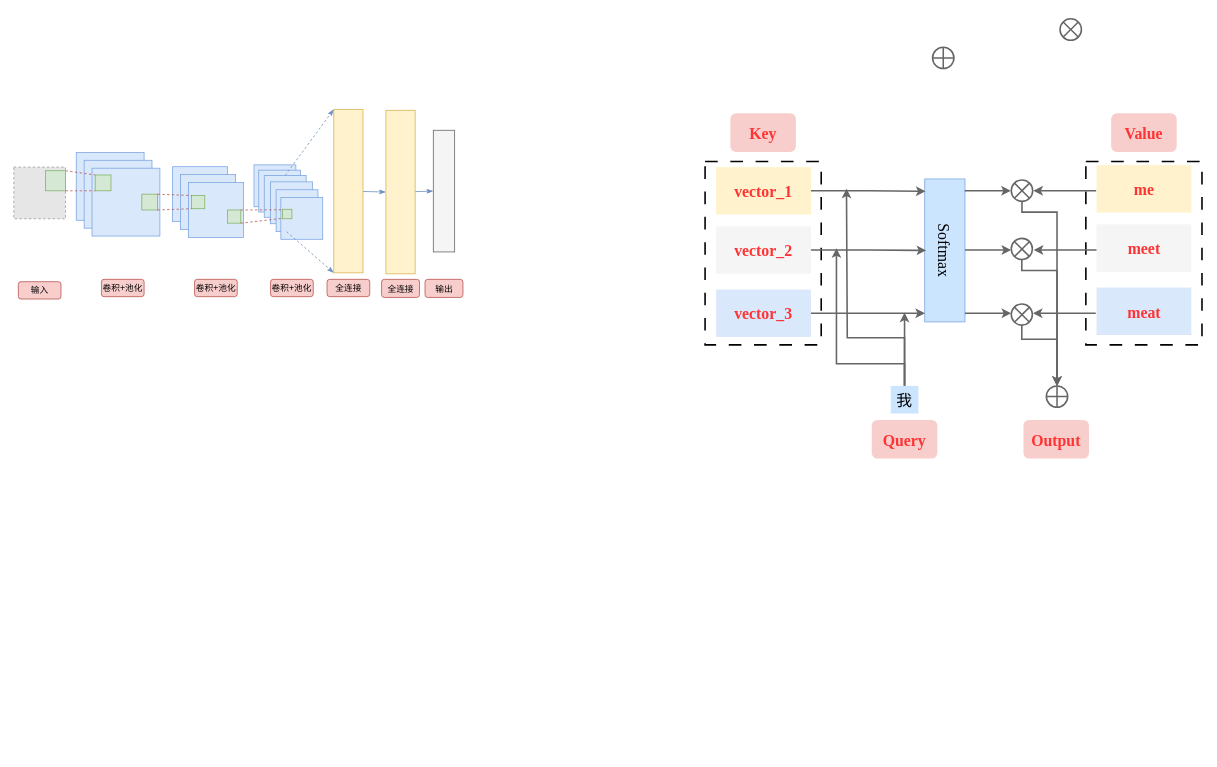
The draw.io diagram Slowfast.drawio in wuulaa/my-first-game, before the edit. Source tidied: cells renumbered, new cells numbered last; positions are measured from the earlier drawing's top-left corner, leaving out a move shared by most shapes. Both pictures are drawn from the tidied source at 79%, with x=0, y=0 at pixel (13, 13). Pictures stored in the file or linked from it are replaced by grey dashed boxes.
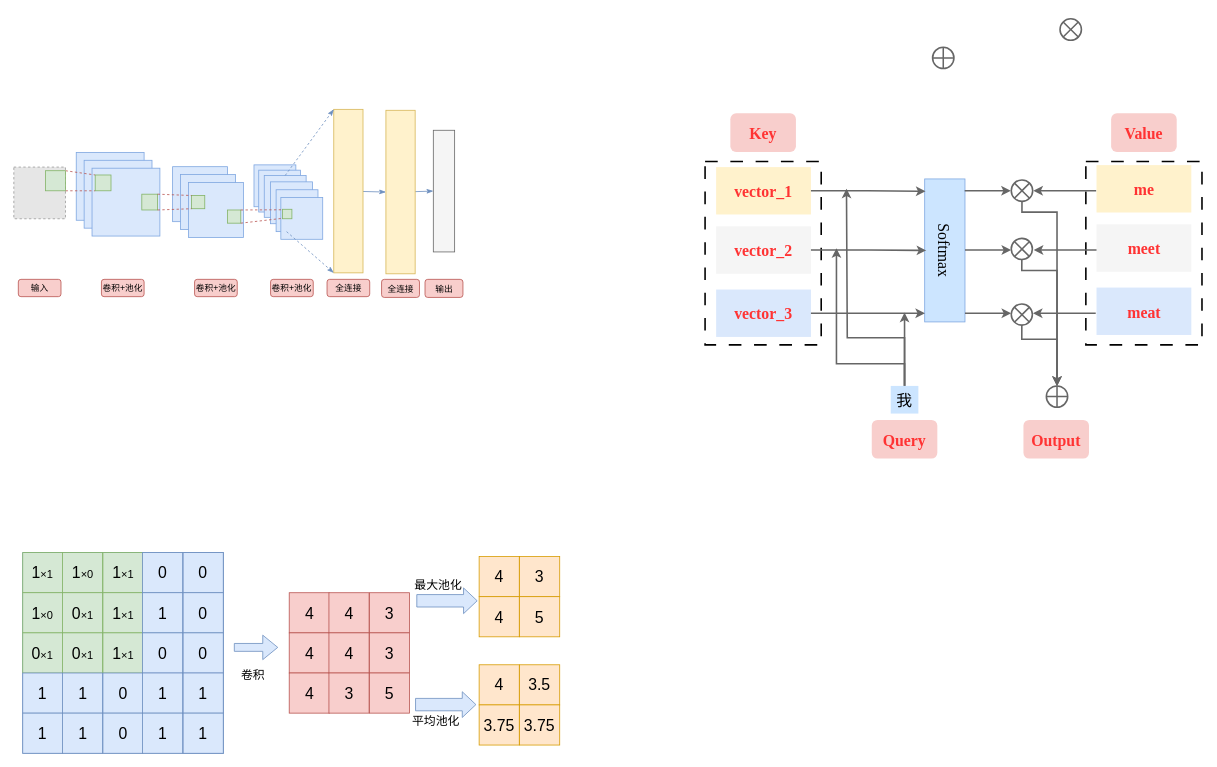
Above is the later version.

What changed in the source:
```diff
@@
     <mxCell id="91" value="&lt;span&gt;输入&lt;/span&gt;" style="rounded=1;whiteSpace=wrap;html=1;fontFamily=Helvetica;fontSize=11;labelBackgroundColor=none;fillColor=#f8cecc;strokeColor=#b85450;" parent="1" vertex="1">
-      <mxGeometry x="5.7" y="339.1" width="54" height="21.9" as="geometry" />
+      <mxGeometry x="5.7" y="336.1" width="54" height="21.9" as="geometry" />
     </mxCell>
+    <mxCell id="92" style="group;fillColor=#dae8fc;strokeColor=#6c8ebf;fontSize=20;" parent="1" vertex="1">
+      <mxGeometry x="11.3" y="682" width="254" height="254" as="geometry" />
+    </mxCell>
+    <mxCell id="93" style="group;fillColor=#dae8fc;strokeColor=#6c8ebf;align=center;verticalAlign=middle;fontFamily=Helvetica;fontSize=20;fontColor=default;labelBackgroundColor=none;" parent="1" vertex="1">
+      <mxGeometry x="214.3" y="682" width="50.8" height="254" as="geometry" />
+    </mxCell>
+    <mxCell id="94" value="&lt;font&gt;1&lt;font style=&quot;font-size: 14px;&quot;&gt;×1&lt;/font&gt;&lt;/font&gt;" style="whiteSpace=wrap;html=1;fontFamily=Helvetica;fontSize=20;labelBackgroundColor=none;fillColor=#d5e8d4;strokeColor=#82b366;align=center;verticalAlign=middle;fontColor=default;" parent="1" vertex="1">
+      <mxGeometry x="11.3" y="682" width="50.8" height="50.8" as="geometry" />
+    </mxCell>
+    <mxCell id="95" value="1&lt;font style=&quot;font-size: 14px;&quot;&gt;×0&lt;/font&gt;" style="whiteSpace=wrap;html=1;fontFamily=Helvetica;fontSize=20;labelBackgroundColor=none;fillColor=#d5e8d4;strokeColor=#82b366;align=center;verticalAlign=middle;fontColor=default;" parent="1" vertex="1">
+      <mxGeometry x="11.3" y="732.8" width="50.8" height="50.8" as="geometry" />
+    </mxCell>
+    <mxCell id="96" value="0&lt;font style=&quot;font-size: 14px;&quot;&gt;×1&lt;/font&gt;" style="whiteSpace=wrap;html=1;fontFamily=Helvetica;fontSize=20;labelBackgroundColor=none;fillColor=#d5e8d4;strokeColor=#82b366;align=center;verticalAlign=middle;fontColor=default;" parent="1" vertex="1">
+      <mxGeometry x="11.3" y="783.6" width="50.8" height="50.8" as="geometry" />
+    </mxCell>
+    <mxCell id="97" value="1" style="whiteSpace=wrap;html=1;fontFamily=Helvetica;fontSize=20;labelBackgroundColor=none;fillColor=#dae8fc;strokeColor=#6c8ebf;align=center;verticalAlign=middle;fontColor=default;" parent="1" vertex="1">
+      <mxGeometry x="11.3" y="834.4" width="50.8" height="50.8" as="geometry" />
+    </mxCell>
+    <mxCell id="98" value="1" style="whiteSpace=wrap;html=1;fontFamily=Helvetica;fontSize=20;labelBackgroundColor=none;fillColor=#dae8fc;strokeColor=#6c8ebf;align=center;verticalAlign=middle;fontColor=default;" parent="1" vertex="1">
+      <mxGeometry x="11.3" y="885.2" width="50.8" height="50.8" as="geometry" />
+    </mxCell>
+    <mxCell id="99" value="1&lt;font style=&quot;font-size: 14px;&quot;&gt;×0&lt;/font&gt;" style="whiteSpace=wrap;html=1;fontFamily=Helvetica;fontSize=20;labelBackgroundColor=none;fillColor=#d5e8d4;strokeColor=#82b366;align=center;verticalAlign=middle;fontColor=default;" parent="1" vertex="1">
+      <mxGeometry x="61.6" y="682" width="50.8" height="50.8" as="geometry" />
+    </mxCell>
+    <mxCell id="100" value="0&lt;font style=&quot;font-size: 14px;&quot;&gt;×1&lt;/font&gt;" style="whiteSpace=wrap;html=1;fontFamily=Helvetica;fontSize=20;labelBackgroundColor=none;fillColor=#d5e8d4;strokeColor=#82b366;align=center;verticalAlign=middle;fontColor=default;" parent="1" vertex="1">
+      <mxGeometry x="61.6" y="732.8" width="50.8" height="50.8" as="geometry" />
+    </mxCell>
+    <mxCell id="101" value="0&lt;font style=&quot;font-size: 14px;&quot;&gt;×1&lt;/font&gt;" style="whiteSpace=wrap;html=1;fontFamily=Helvetica;fontSize=20;labelBackgroundColor=none;fillColor=#d5e8d4;strokeColor=#82b366;align=center;verticalAlign=middle;fontColor=default;" parent="1" vertex="1">
+      <mxGeometry x="61.6" y="783.6" width="50.8" height="50.8" as="geometry" />
+    </mxCell>
+    <mxCell id="102" value="1" style="whiteSpace=wrap;html=1;fontFamily=Helvetica;fontSize=20;labelBackgroundColor=none;fillColor=#dae8fc;strokeColor=#6c8ebf;align=center;verticalAlign=middle;fontColor=default;" parent="1" vertex="1">
+      <mxGeometry x="61.6" y="834.4" width="50.8" height="50.8" as="geometry" />
+    </mxCell>
+    <mxCell id="103" value="1" style="whiteSpace=wrap;html=1;fontFamily=Helvetica;fontSize=20;labelBackgroundColor=none;fillColor=#dae8fc;strokeColor=#6c8ebf;align=center;verticalAlign=middle;fontColor=default;" parent="1" vertex="1">
+      <mxGeometry x="61.6" y="885.2" width="50.8" height="50.8" as="geometry" />
+    </mxCell>
+    <mxCell id="104" value="1&lt;font style=&quot;font-size: 14px;&quot;&gt;×1&lt;/font&gt;" style="whiteSpace=wrap;html=1;fontFamily=Helvetica;fontSize=20;labelBackgroundColor=none;fillColor=#d5e8d4;strokeColor=#82b366;align=center;verticalAlign=middle;fontColor=default;" parent="1" vertex="1">
+      <mxGeometry x="112.8" y="682" width="50.8" height="50.8" as="geometry" />
+    </mxCell>
+    <mxCell id="105" value="1&lt;font style=&quot;font-size: 14px;&quot;&gt;×1&lt;/font&gt;" style="whiteSpace=wrap;html=1;fontFamily=Helvetica;fontSize=20;labelBackgroundColor=none;fillColor=#d5e8d4;strokeColor=#82b366;align=center;verticalAlign=middle;fontColor=default;" parent="1" vertex="1">
+      <mxGeometry x="112.8" y="732.8" width="50.8" height="50.8" as="geometry" />
+    </mxCell>
+    <mxCell id="106" value="1&lt;font style=&quot;font-size: 14px;&quot;&gt;×1&lt;/font&gt;" style="whiteSpace=wrap;html=1;fontFamily=Helvetica;fontSize=20;labelBackgroundColor=none;fillColor=#d5e8d4;strokeColor=#82b366;align=center;verticalAlign=middle;fontColor=default;" parent="1" vertex="1">
+      <mxGeometry x="112.8" y="783.6" width="50.8" height="50.8" as="geometry" />
+    </mxCell>
+    <mxCell id="107" value="0" style="whiteSpace=wrap;html=1;fontFamily=Helvetica;fontSize=20;labelBackgroundColor=none;fillColor=#dae8fc;strokeColor=#6c8ebf;align=center;verticalAlign=middle;fontColor=default;" parent="1" vertex="1">
+      <mxGeometry x="112.8" y="834.4" width="50.8" height="50.8" as="geometry" />
+    </mxCell>
+    <mxCell id="108" value="0" style="whiteSpace=wrap;html=1;fontFamily=Helvetica;fontSize=20;labelBackgroundColor=none;fillColor=#dae8fc;strokeColor=#6c8ebf;align=center;verticalAlign=middle;fontColor=default;" parent="1" vertex="1">
+      <mxGeometry x="112.8" y="885.2" width="50.8" height="50.8" as="geometry" />
+    </mxCell>
+    <mxCell id="109" value="0" style="whiteSpace=wrap;html=1;fontFamily=Helvetica;fontSize=20;labelBackgroundColor=none;fillColor=#dae8fc;strokeColor=#6c8ebf;align=center;verticalAlign=middle;fontColor=default;" parent="1" vertex="1">
+      <mxGeometry x="163" y="682" width="50.8" height="50.8" as="geometry" />
+    </mxCell>
+    <mxCell id="110" value="1" style="whiteSpace=wrap;html=1;fontFamily=Helvetica;fontSize=20;labelBackgroundColor=none;fillColor=#dae8fc;strokeColor=#6c8ebf;align=center;verticalAlign=middle;fontColor=default;" parent="1" vertex="1">
+      <mxGeometry x="163" y="732.8" width="50.8" height="50.8" as="geometry" />
+    </mxCell>
+    <mxCell id="111" value="0" style="whiteSpace=wrap;html=1;fontFamily=Helvetica;fontSize=20;labelBackgroundColor=none;fillColor=#dae8fc;strokeColor=#6c8ebf;align=center;verticalAlign=middle;fontColor=default;" parent="1" vertex="1">
+      <mxGeometry x="163" y="783.6" width="50.8" height="50.8" as="geometry" />
+    </mxCell>
+    <mxCell id="112" value="1" style="whiteSpace=wrap;html=1;fontFamily=Helvetica;fontSize=20;labelBackgroundColor=none;fillColor=#dae8fc;strokeColor=#6c8ebf;align=center;verticalAlign=middle;fontColor=default;" parent="1" vertex="1">
+      <mxGeometry x="163" y="834.4" width="50.8" height="50.8" as="geometry" />
+    </mxCell>
+    <mxCell id="113" value="1" style="whiteSpace=wrap;html=1;fontFamily=Helvetica;fontSize=20;labelBackgroundColor=none;fillColor=#dae8fc;strokeColor=#6c8ebf;align=center;verticalAlign=middle;fontColor=default;" parent="1" vertex="1">
+      <mxGeometry x="163" y="885.2" width="50.8" height="50.8" as="geometry" />
+    </mxCell>
+    <mxCell id="114" value="0" style="whiteSpace=wrap;html=1;fontFamily=Helvetica;fontSize=20;labelBackgroundColor=none;fillColor=#dae8fc;strokeColor=#6c8ebf;align=center;verticalAlign=middle;fontColor=default;" parent="1" vertex="1">
+      <mxGeometry x="214.3" y="682" width="50.8" height="50.8" as="geometry" />
+    </mxCell>
+    <mxCell id="115" value="0" style="whiteSpace=wrap;html=1;fontFamily=Helvetica;fontSize=20;labelBackgroundColor=none;fillColor=#dae8fc;strokeColor=#6c8ebf;align=center;verticalAlign=middle;fontColor=default;" parent="1" vertex="1">
+      <mxGeometry x="214.3" y="732.8" width="50.8" height="50.8" as="geometry" />
+    </mxCell>
+    <mxCell id="116" value="0" style="whiteSpace=wrap;html=1;fontFamily=Helvetica;fontSize=20;labelBackgroundColor=none;fillColor=#dae8fc;strokeColor=#6c8ebf;align=center;verticalAlign=middle;fontColor=default;" parent="1" vertex="1">
+      <mxGeometry x="214.3" y="783.6" width="50.8" height="50.8" as="geometry" />
+    </mxCell>
+    <mxCell id="117" value="1" style="whiteSpace=wrap;html=1;fontFamily=Helvetica;fontSize=20;labelBackgroundColor=none;fillColor=#dae8fc;strokeColor=#6c8ebf;align=center;verticalAlign=middle;fontColor=default;" parent="1" vertex="1">
+      <mxGeometry x="214.3" y="834.4" width="50.8" height="50.8" as="geometry" />
+    </mxCell>
+    <mxCell id="118" value="1" style="whiteSpace=wrap;html=1;fontFamily=Helvetica;fontSize=20;labelBackgroundColor=none;fillColor=#dae8fc;strokeColor=#6c8ebf;align=center;verticalAlign=middle;fontColor=default;" parent="1" vertex="1">
+      <mxGeometry x="214.3" y="885.2" width="50.8" height="50.8" as="geometry" />
+    </mxCell>
+    <mxCell id="119" value="4" style="whiteSpace=wrap;html=1;fontFamily=Helvetica;fontSize=20;labelBackgroundColor=none;fillColor=#f8cecc;strokeColor=#b85450;align=center;verticalAlign=middle;" parent="1" vertex="1">
+      <mxGeometry x="348.6" y="732.8" width="50.8" height="50.8" as="geometry" />
+    </mxCell>
+    <mxCell id="120" value="4" style="whiteSpace=wrap;html=1;fontFamily=Helvetica;fontSize=20;labelBackgroundColor=none;fillColor=#f8cecc;strokeColor=#b85450;align=center;verticalAlign=middle;" parent="1" vertex="1">
+      <mxGeometry x="348.6" y="783.6" width="50.8" height="50.8" as="geometry" />
+    </mxCell>
+    <mxCell id="121" value="4" style="whiteSpace=wrap;html=1;fontFamily=Helvetica;fontSize=20;labelBackgroundColor=none;fillColor=#f8cecc;strokeColor=#b85450;align=center;verticalAlign=middle;" parent="1" vertex="1">
+      <mxGeometry x="348.6" y="834.4" width="50.8" height="50.8" as="geometry" />
+    </mxCell>
+    <mxCell id="122" value="4" style="whiteSpace=wrap;html=1;fontFamily=Helvetica;fontSize=20;labelBackgroundColor=none;fillColor=#f8cecc;strokeColor=#b85450;align=center;verticalAlign=middle;" parent="1" vertex="1">
+      <mxGeometry x="398.9" y="732.8" width="50.8" height="50.8" as="geometry" />
+    </mxCell>
+    <mxCell id="123" value="4" style="whiteSpace=wrap;html=1;fontFamily=Helvetica;fontSize=20;labelBackgroundColor=none;fillColor=#f8cecc;strokeColor=#b85450;align=center;verticalAlign=middle;" parent="1" vertex="1">
+      <mxGeometry x="398.9" y="783.6" width="50.8" height="50.8" as="geometry" />
+    </mxCell>
+    <mxCell id="124" value="3" style="whiteSpace=wrap;html=1;fontFamily=Helvetica;fontSize=20;labelBackgroundColor=none;fillColor=#f8cecc;strokeColor=#b85450;align=center;verticalAlign=middle;" parent="1" vertex="1">
+      <mxGeometry x="398.9" y="834.4" width="50.8" height="50.8" as="geometry" />
+    </mxCell>
+    <mxCell id="125" value="3" style="whiteSpace=wrap;html=1;fontFamily=Helvetica;fontSize=20;labelBackgroundColor=none;fillColor=#f8cecc;strokeColor=#b85450;align=center;verticalAlign=middle;" parent="1" vertex="1">
+      <mxGeometry x="450.1" y="732.8" width="50.8" height="50.8" as="geometry" />
+    </mxCell>
+    <mxCell id="126" value="3" style="whiteSpace=wrap;html=1;fontFamily=Helvetica;fontSize=20;labelBackgroundColor=none;fillColor=#f8cecc;strokeColor=#b85450;align=center;verticalAlign=middle;" parent="1" vertex="1">
+      <mxGeometry x="450.1" y="783.6" width="50.8" height="50.8" as="geometry" />
+    </mxCell>
+    <mxCell id="127" value="5" style="whiteSpace=wrap;html=1;fontFamily=Helvetica;fontSize=20;labelBackgroundColor=none;fillColor=#f8cecc;strokeColor=#b85450;align=center;verticalAlign=middle;" parent="1" vertex="1">
+      <mxGeometry x="450.1" y="834.4" width="50.8" height="50.8" as="geometry" />
+    </mxCell>
+    <mxCell id="128" style="shape=flexArrow;endArrow=classic;html=1;rounded=0;strokeColor=#6c8ebf;align=center;verticalAlign=middle;fontFamily=Helvetica;fontSize=11;fontColor=default;labelBackgroundColor=default;edgeStyle=none;fillColor=#dae8fc;" parent="1" edge="1">
+      <mxGeometry relative="1" as="geometry">
+        <mxPoint x="278.6" y="802" as="sourcePoint" />
+        <mxPoint x="334.6" y="802" as="targetPoint" />
+      </mxGeometry>
+    </mxCell>
+    <mxCell id="129" value="&lt;font style=&quot;font-size: 15px;&quot;&gt;卷积&lt;/font&gt;" style="text;html=1;align=center;verticalAlign=middle;whiteSpace=wrap;rounded=0;fontFamily=Helvetica;fontSize=11;fontColor=default;labelBackgroundColor=default;" parent="1" vertex="1">
+      <mxGeometry x="272.6" y="822" width="60" height="30" as="geometry" />
+    </mxCell>
+    <mxCell id="130" value="4" style="whiteSpace=wrap;html=1;fontFamily=Helvetica;fontSize=20;labelBackgroundColor=none;fillColor=#ffe6cc;strokeColor=#d79b00;align=center;verticalAlign=middle;" parent="1" vertex="1">
+      <mxGeometry x="589" y="687" width="50.8" height="50.8" as="geometry" />
+    </mxCell>
+    <mxCell id="131" value="4" style="whiteSpace=wrap;html=1;fontFamily=Helvetica;fontSize=20;labelBackgroundColor=none;fillColor=#ffe6cc;strokeColor=#d79b00;align=center;verticalAlign=middle;" parent="1" vertex="1">
+      <mxGeometry x="589" y="737.8" width="50.8" height="50.8" as="geometry" />
+    </mxCell>
+    <mxCell id="132" value="3" style="whiteSpace=wrap;html=1;fontFamily=Helvetica;fontSize=20;labelBackgroundColor=none;fillColor=#ffe6cc;strokeColor=#d79b00;align=center;verticalAlign=middle;" parent="1" vertex="1">
+      <mxGeometry x="640.2" y="687" width="50.8" height="50.8" as="geometry" />
+    </mxCell>
+    <mxCell id="133" value="5" style="whiteSpace=wrap;html=1;fontFamily=Helvetica;fontSize=20;labelBackgroundColor=none;fillColor=#ffe6cc;strokeColor=#d79b00;align=center;verticalAlign=middle;" parent="1" vertex="1">
+      <mxGeometry x="640.2" y="737.8" width="50.8" height="50.8" as="geometry" />
+    </mxCell>
+    <mxCell id="134" value="4" style="whiteSpace=wrap;html=1;fontFamily=Helvetica;fontSize=20;labelBackgroundColor=none;fillColor=#ffe6cc;strokeColor=#d79b00;align=center;verticalAlign=middle;" parent="1" vertex="1">
+      <mxGeometry x="589" y="824" width="50.8" height="50.8" as="geometry" />
+    </mxCell>
+    <mxCell id="135" value="3.75" style="whiteSpace=wrap;html=1;fontFamily=Helvetica;fontSize=20;labelBackgroundColor=none;fillColor=#ffe6cc;strokeColor=#d79b00;align=center;verticalAlign=middle;" parent="1" vertex="1">
+      <mxGeometry x="589" y="874.8" width="50.8" height="50.8" as="geometry" />
+    </mxCell>
+    <mxCell id="136" value="3.5" style="whiteSpace=wrap;html=1;fontFamily=Helvetica;fontSize=20;labelBackgroundColor=none;fillColor=#ffe6cc;strokeColor=#d79b00;align=center;verticalAlign=middle;" parent="1" vertex="1">
+      <mxGeometry x="640.2" y="824" width="50.8" height="50.8" as="geometry" />
+    </mxCell>
+    <mxCell id="137" value="3.75" style="whiteSpace=wrap;html=1;fontFamily=Helvetica;fontSize=20;labelBackgroundColor=none;fillColor=#ffe6cc;strokeColor=#d79b00;align=center;verticalAlign=middle;" parent="1" vertex="1">
+      <mxGeometry x="640.2" y="874.8" width="50.8" height="50.8" as="geometry" />
+    </mxCell>
+    <mxCell id="138" style="shape=flexArrow;endArrow=classic;html=1;rounded=0;strokeColor=#6c8ebf;align=center;verticalAlign=middle;fontFamily=Helvetica;fontSize=11;fontColor=default;labelBackgroundColor=default;edgeStyle=none;fillColor=#dae8fc;width=15.714285714285714;endSize=5.414285714285714;endWidth=15.85034013605442;" parent="1" edge="1">
+      <mxGeometry relative="1" as="geometry">
+        <mxPoint x="509.6" y="743" as="sourcePoint" />
+        <mxPoint x="587" y="743" as="targetPoint" />
+      </mxGeometry>
+    </mxCell>
+    <mxCell id="139" value="&lt;font style=&quot;font-size: 15px;&quot;&gt;最大池化&lt;/font&gt;" style="text;html=1;align=center;verticalAlign=middle;whiteSpace=wrap;rounded=0;fontFamily=Helvetica;fontSize=11;fontColor=default;labelBackgroundColor=default;" parent="1" vertex="1">
+      <mxGeometry x="500.9" y="707.8" width="73" height="30" as="geometry" />
+    </mxCell>
+    <mxCell id="140" value="&lt;font style=&quot;font-size: 15px;&quot;&gt;平均池化&lt;/font&gt;" style="text;html=1;align=center;verticalAlign=middle;whiteSpace=wrap;rounded=0;fontFamily=Helvetica;fontSize=11;fontColor=default;labelBackgroundColor=default;" parent="1" vertex="1">
+      <mxGeometry x="498" y="880" width="73" height="30" as="geometry" />
+    </mxCell>
+    <mxCell id="141" style="shape=flexArrow;endArrow=classic;html=1;rounded=0;strokeColor=#6c8ebf;align=center;verticalAlign=middle;fontFamily=Helvetica;fontSize=11;fontColor=default;labelBackgroundColor=default;edgeStyle=none;fillColor=#dae8fc;width=15.714285714285714;endSize=5.414285714285714;endWidth=15.85034013605442;" parent="1" edge="1">
+      <mxGeometry relative="1" as="geometry">
+        <mxPoint x="508" y="874.4" as="sourcePoint" />
+        <mxPoint x="585.4" y="874.4" as="targetPoint" />
+      </mxGeometry>
+    </mxCell>
```
